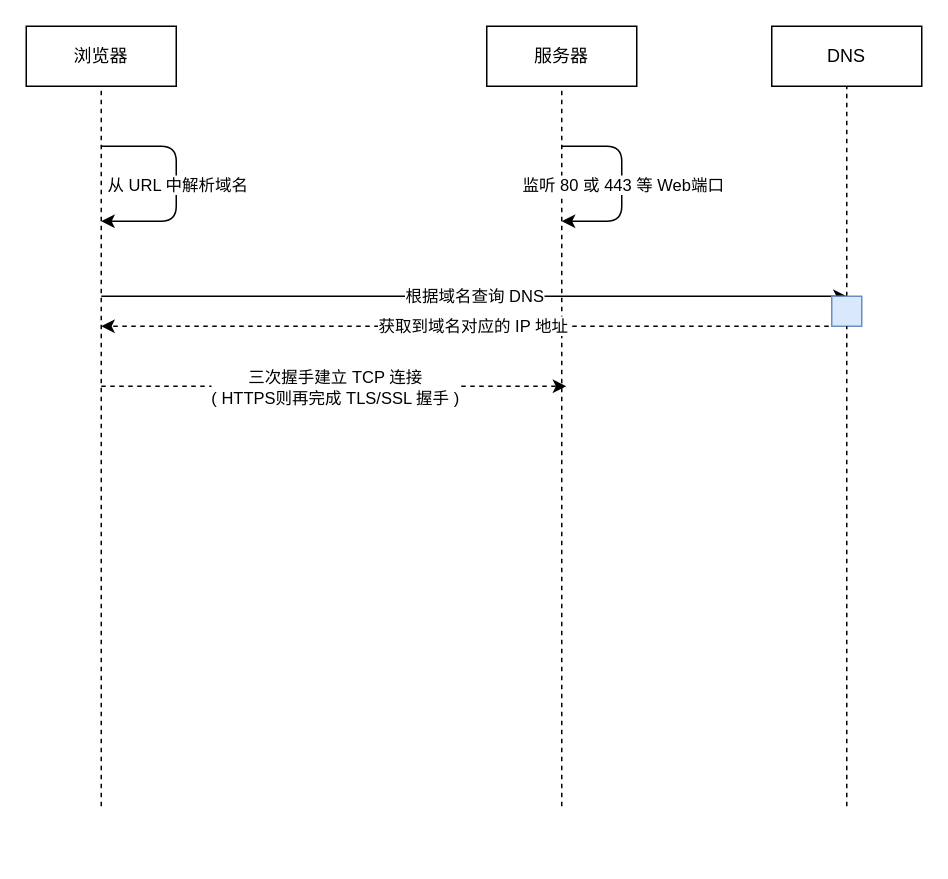
Earlier version of the draw.io diagram 浏览器发起 HTTP 请求.drawio (Zzzoecho/blog). Source tidied: cells renumbered, new cells numbered last; positions are measured from the earlier drawing's top-left corner, leaving out a move shared by most shapes. Both pictures are drawn from the tidied source at 150%, with x=0, y=0 at pixel (26, 26).
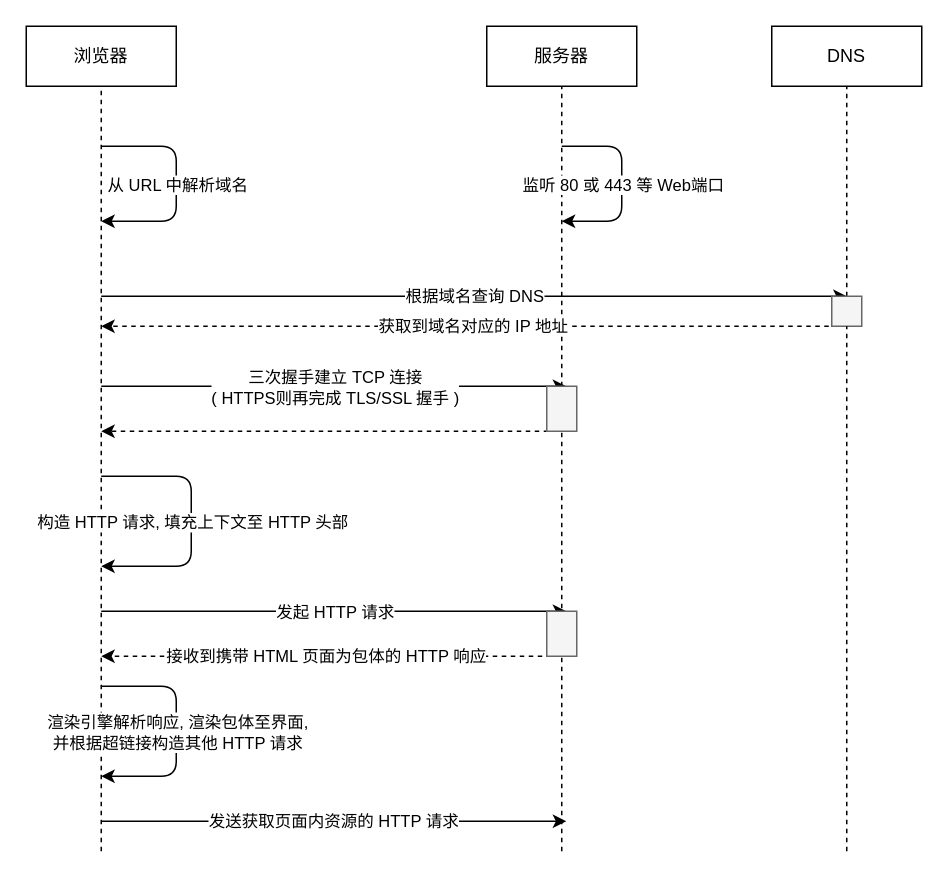
After the change.

Commit message:
更新浏览器发起 HTTP 请求.drawio

The change refers to these unchanged cells:
```xml
<mxCell id="2" value="浏览器" style="rounded=0;whiteSpace=wrap;html=1;" parent="1" vertex="1">
  <mxGeometry width="100" height="40" as="geometry" />
</mxCell>
<mxCell id="4" value="服务器" style="rounded=0;whiteSpace=wrap;html=1;" parent="1" vertex="1">
  <mxGeometry x="307" width="100" height="40" as="geometry" />
</mxCell>
```

What changed in the source:
```diff
@@
     <mxCell id="5" style="endArrow=none;dashed=1;html=1;entryX=0.5;entryY=1;entryDx=0;entryDy=0;" parent="1" edge="1" target="2">
       <mxGeometry relative="1" as="geometry">
-        <mxPoint x="50" y="520" as="sourcePoint" />
+        <mxPoint x="50" y="550" as="sourcePoint" />
       </mxGeometry>
     </mxCell>
-    <mxCell id="6" style="endArrow=none;dashed=1;html=1;entryX=0.5;entryY=1;entryDx=0;entryDy=0;" parent="1" edge="1" target="4">
-      <mxGeometry relative="1" as="geometry">
-        <mxPoint x="357" y="520" as="sourcePoint" />
-      </mxGeometry>
+    <mxCell id="6" style="endArrow=none;dashed=1;html=1;entryX=0.5;entryY=1;entryDx=0;entryDy=0;" parent="1" edge="1" source="19" target="4">
+      <mxGeometry relative="1" as="geometry" />
     </mxCell>
@@
-    <mxCell id="14" style="rounded=0;whiteSpace=wrap;html=1;fillColor=#dae8fc;strokeColor=#6c8ebf;" parent="1" vertex="1">
+    <mxCell id="14" style="rounded=0;whiteSpace=wrap;html=1;fillColor=#f5f5f5;strokeColor=#666666;fontColor=#333333;" parent="1" vertex="1">
       <mxGeometry x="537" y="180" width="20" height="20" as="geometry" />
     </mxCell>
     <mxCell id="15" style="endArrow=none;dashed=1;html=1;entryX=0.5;entryY=1;entryDx=0;entryDy=0;" parent="1" edge="1" target="14">
       <mxGeometry relative="1" as="geometry">
-        <mxPoint x="547" y="520" as="sourcePoint" />
+        <mxPoint x="547" y="550" as="sourcePoint" />
       </mxGeometry>
     </mxCell>
-    <mxCell id="16" style="endArrow=classic;html=1;dashed=1;" parent="1" edge="1">
+    <mxCell id="16" style="endArrow=classic;html=1;" parent="1" edge="1">
       <mxGeometry relative="1" as="geometry">
         <mxPoint x="50" y="240" as="sourcePoint" />
         <mxPoint x="360" y="240" as="targetPoint" />
       </mxGeometry>
     </mxCell>
@@
+    <mxCell id="18" style="endArrow=classic;html=1;dashed=1;" parent="1" edge="1">
+      <mxGeometry relative="1" as="geometry">
+        <mxPoint x="360" y="270" as="sourcePoint" />
+        <mxPoint x="50" y="270" as="targetPoint" />
+      </mxGeometry>
+    </mxCell>
+    <mxCell id="19" style="rounded=0;whiteSpace=wrap;html=1;fillColor=#f5f5f5;strokeColor=#666666;fontColor=#333333;" parent="1" vertex="1">
+      <mxGeometry x="347" y="240" width="20" height="30" as="geometry" />
+    </mxCell>
+    <mxCell id="20" style="endArrow=none;dashed=1;html=1;entryX=0.5;entryY=1;entryDx=0;entryDy=0;" parent="1" edge="1" target="19">
+      <mxGeometry relative="1" as="geometry">
+        <mxPoint x="357" y="550" as="sourcePoint" />
+      </mxGeometry>
+    </mxCell>
+    <mxCell id="21" style="endArrow=classic;html=1;" parent="1" edge="1">
+      <mxGeometry relative="1" as="geometry">
+        <mxPoint x="50" y="300" as="sourcePoint" />
+        <mxPoint x="50" y="360" as="targetPoint" />
+        <Array as="points">
+          <mxPoint x="110" y="300" />
+          <mxPoint x="110" y="360" />
+        </Array>
+      </mxGeometry>
+    </mxCell>
+    <mxCell id="22" value="构造 HTTP 请求, 填充上下文至 HTTP 头部" style="edgeLabel;html=1;align=center;verticalAlign=middle;" parent="21" vertex="1">
+      <mxGeometry relative="1" as="geometry" />
+    </mxCell>
+    <mxCell id="23" style="endArrow=classic;html=1;" parent="1" edge="1">
+      <mxGeometry relative="1" as="geometry">
+        <mxPoint x="50" y="390" as="sourcePoint" />
+        <mxPoint x="360" y="390" as="targetPoint" />
+      </mxGeometry>
+    </mxCell>
+    <mxCell id="24" value="发起 HTTP 请求" style="edgeLabel;html=1;align=center;verticalAlign=middle;" parent="23" vertex="1">
+      <mxGeometry relative="1" as="geometry" />
+    </mxCell>
+    <mxCell id="25" value="接收到携带 HTML 页面为包体的 HTTP 响应" style="endArrow=classic;html=1;dashed=1;" parent="1" edge="1">
+      <mxGeometry relative="1" as="geometry">
+        <mxPoint x="350" y="420" as="sourcePoint" />
+        <mxPoint x="50" y="420" as="targetPoint" />
+      </mxGeometry>
+    </mxCell>
+    <mxCell id="26" style="rounded=0;whiteSpace=wrap;html=1;fillColor=#f5f5f5;strokeColor=#666666;fontColor=#333333;" parent="1" vertex="1">
+      <mxGeometry x="347" y="390" width="20" height="30" as="geometry" />
+    </mxCell>
+    <mxCell id="27" style="endArrow=classic;html=1;" parent="1" edge="1">
+      <mxGeometry relative="1" as="geometry">
+        <mxPoint x="50" y="440" as="sourcePoint" />
+        <mxPoint x="50" y="500" as="targetPoint" />
+        <Array as="points">
+          <mxPoint x="100" y="440" />
+          <mxPoint x="100" y="500" />
+        </Array>
+      </mxGeometry>
+    </mxCell>
+    <mxCell id="28" value="渲染引擎解析响应, 渲染包体至界面, &lt;br&gt;并根据超链接构造其他 HTTP 请求" style="edgeLabel;html=1;align=center;verticalAlign=middle;" parent="27" vertex="1">
+      <mxGeometry relative="1" as="geometry" />
+    </mxCell>
+    <mxCell id="29" value="发送获取页面内资源的 HTTP 请求" style="endArrow=classic;html=1;" parent="1" edge="1">
+      <mxGeometry relative="1" as="geometry">
+        <mxPoint x="50" y="530" as="sourcePoint" />
+        <mxPoint x="360" y="530" as="targetPoint" />
+      </mxGeometry>
+    </mxCell>
```
